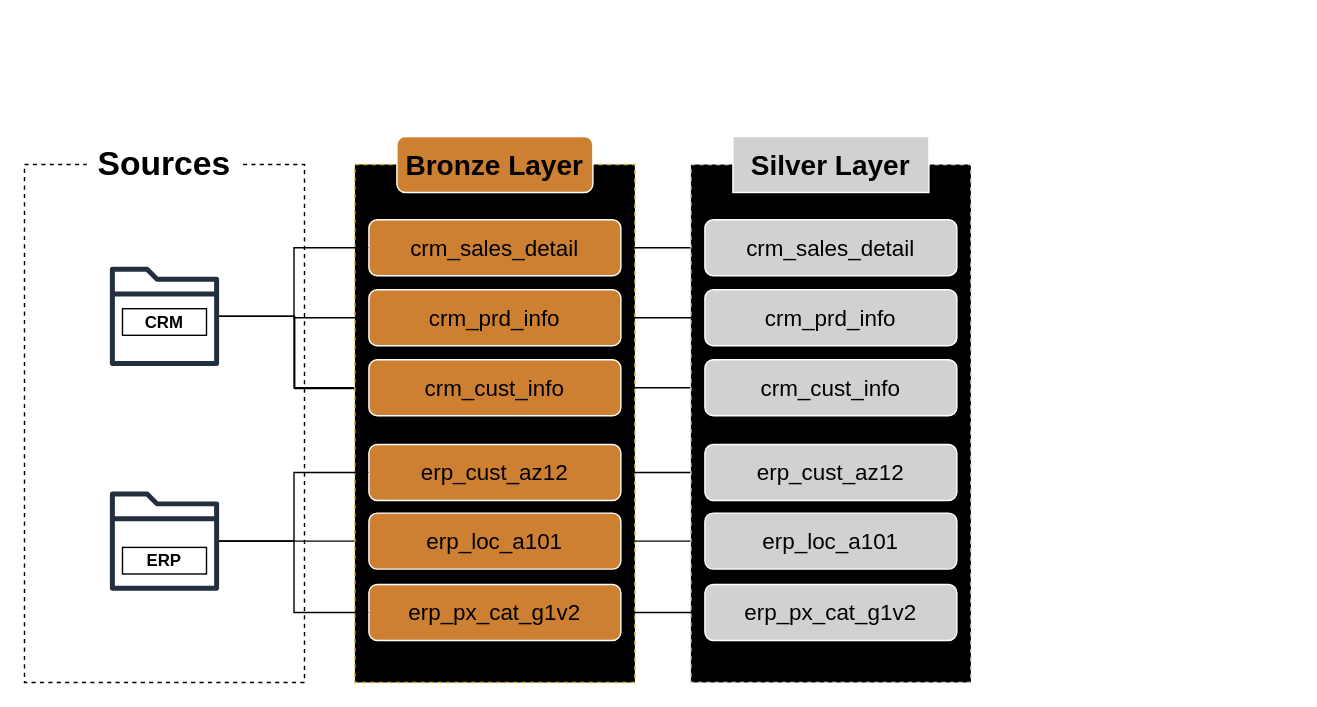
Above: documents/Data Flow.drawio in girisuryamawandi/dwh_sql_server_project (draw.io), before the change. Source tidied: cells renumbered, new cells numbered last; positions are measured from the earlier drawing's top-left corner, leaving out a move shared by most shapes. Both pictures are drawn from the tidied source at 140%, with x=0, y=0 at pixel (24, 136).
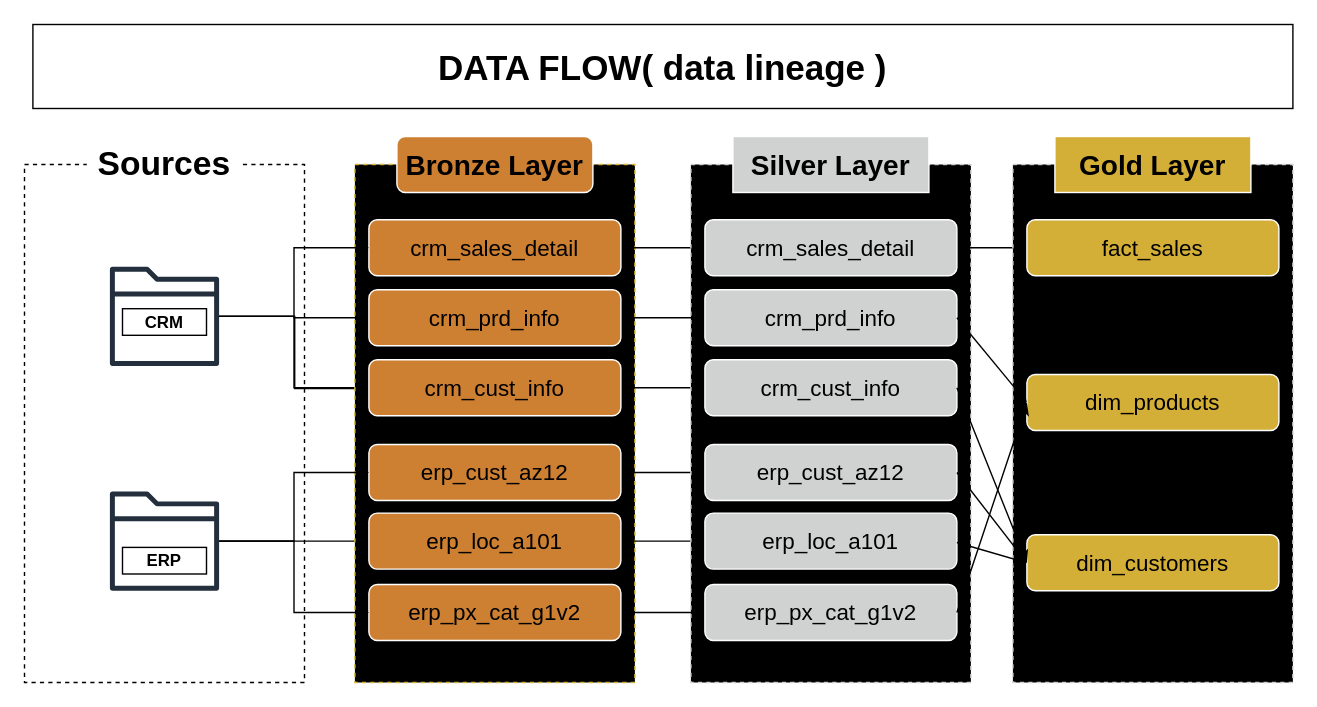
After the change.

Unchanged cells that the change refers to:
```xml
<mxCell id="31" value="crm_sales_detail" style="rounded=1;whiteSpace=wrap;html=1;fillColor=light-dark(#D0D2D2,#D0D2D2);strokeColor=light-dark(#ffffff, #ededed);fillStyle=solid;fontSize=16;fontStyle=0;" parent="1" vertex="1">
  <mxGeometry x="486" y="59.5" width="180" height="40" as="geometry" />
</mxCell>
<mxCell id="32" value="&lt;font&gt;&lt;span&gt;crm_prd_info&lt;/span&gt;&lt;/font&gt;" style="rounded=1;whiteSpace=wrap;html=1;fillColor=light-dark(#D0D2D2,#D0D2D2);strokeColor=light-dark(#ffffff, #ededed);fillStyle=solid;fontSize=16;fontStyle=0;" parent="1" vertex="1">
  <mxGeometry x="486" y="109.5" width="180" height="40" as="geometry" />
</mxCell>
<mxCell id="33" value="crm_cust_info" style="rounded=1;whiteSpace=wrap;html=1;fillColor=light-dark(#D0D2D2,#D0D2D2);strokeColor=light-dark(#ffffff, #ededed);fillStyle=solid;fontSize=16;fontStyle=0;" parent="1" vertex="1">
  <mxGeometry x="486" y="159.5" width="180" height="40" as="geometry" />
</mxCell>
<mxCell id="34" value="&lt;font&gt;&lt;span&gt;erp_cust_az12&lt;/span&gt;&lt;/font&gt;" style="rounded=1;whiteSpace=wrap;html=1;fillColor=light-dark(#D0D2D2,#D0D2D2);strokeColor=light-dark(#ffffff, #ededed);fillStyle=solid;fontSize=16;fontStyle=0;" parent="1" vertex="1">
  <mxGeometry x="486" y="220" width="180" height="40" as="geometry" />
</mxCell>
```

Diff of the diagram source:
```diff
@@
+    <mxCell id="37" style="edgeStyle=orthogonalEdgeStyle;rounded=0;jettySize=auto;html=1;" parent="1" edge="1" source="31" target="40">
+      <mxGeometry relative="1" as="geometry" />
+    </mxCell>
@@
+    <mxCell id="38" style="rounded=0;whiteSpace=wrap;html=1;fillColor=light-dark(#d4af37, #D0D2D2);dashed=1;strokeColor=light-dark(#d0d2d2, #ededed);fillStyle=hatch;gradientColor=none;" parent="1" vertex="1">
+      <mxGeometry x="706" y="20" width="200" height="370" as="geometry" />
+    </mxCell>
+    <mxCell id="39" value="&lt;font style=&quot;font-size: 20px;&quot;&gt;&lt;b&gt;Gold Layer&lt;/b&gt;&lt;/font&gt;" style="rounded=0;whiteSpace=wrap;html=1;fillColor=#D4AF37;strokeColor=light-dark(#ffffff, #ededed);fillStyle=solid;" parent="1" vertex="1">
+      <mxGeometry x="736" width="140" height="40" as="geometry" />
+    </mxCell>
+    <mxCell id="40" value="fact_sales" style="rounded=1;whiteSpace=wrap;html=1;fillColor=light-dark(#d4af37, #D0D2D2);strokeColor=light-dark(#ffffff, #ededed);fillStyle=solid;fontSize=16;fontStyle=0;" parent="1" vertex="1">
+      <mxGeometry x="716" y="59.5" width="180" height="40" as="geometry" />
+    </mxCell>
+    <mxCell id="41" value="dim_products" style="rounded=1;whiteSpace=wrap;html=1;fillColor=light-dark(#d4af37, #D0D2D2);strokeColor=light-dark(#ffffff, #ededed);fillStyle=solid;fontSize=16;fontStyle=0;" parent="1" vertex="1">
+      <mxGeometry x="716" y="170" width="180" height="40" as="geometry" />
+    </mxCell>
+    <mxCell id="42" value="dim_customers" style="rounded=1;whiteSpace=wrap;html=1;fillColor=light-dark(#d4af37, #D0D2D2);strokeColor=light-dark(#ffffff, #ededed);fillStyle=solid;fontSize=16;fontStyle=0;" parent="1" vertex="1">
+      <mxGeometry x="716" y="284.5" width="180" height="40" as="geometry" />
+    </mxCell>
+    <mxCell id="43" style="endArrow=classic;html=1;rounded=0;entryX=0;entryY=0.5;entryDx=0;entryDy=0;exitX=1;exitY=0.5;exitDx=0;exitDy=0;" parent="1" edge="1" source="32" target="41">
+      <mxGeometry relative="1" as="geometry" />
+    </mxCell>
+    <mxCell id="44" style="endArrow=classic;html=1;rounded=0;entryX=0;entryY=0.5;entryDx=0;entryDy=0;" parent="1" edge="1" target="41">
+      <mxGeometry relative="1" as="geometry">
+        <mxPoint x="666" y="340" as="sourcePoint" />
+      </mxGeometry>
+    </mxCell>
+    <mxCell id="45" style="endArrow=classic;html=1;rounded=0;entryX=0;entryY=0.5;entryDx=0;entryDy=0;" parent="1" edge="1" target="42">
+      <mxGeometry relative="1" as="geometry">
+        <mxPoint x="666" y="290" as="sourcePoint" />
+      </mxGeometry>
+    </mxCell>
+    <mxCell id="46" style="endArrow=classic;html=1;rounded=0;entryX=0;entryY=0.5;entryDx=0;entryDy=0;exitX=1;exitY=0.5;exitDx=0;exitDy=0;" parent="1" edge="1" source="34" target="42">
+      <mxGeometry relative="1" as="geometry" />
+    </mxCell>
+    <mxCell id="47" style="endArrow=classic;html=1;rounded=0;entryX=0;entryY=0.5;entryDx=0;entryDy=0;exitX=1;exitY=0.5;exitDx=0;exitDy=0;" parent="1" edge="1" source="33" target="42">
+      <mxGeometry relative="1" as="geometry" />
+    </mxCell>
+    <mxCell id="48" value="&lt;span style=&quot;font-size: 25px;&quot;&gt;&lt;b&gt;DATA FLOW( data lineage )&lt;/b&gt;&lt;/span&gt;" style="rounded=0;whiteSpace=wrap;html=1;" parent="1" vertex="1">
+      <mxGeometry x="6" y="-80" width="900" height="60" as="geometry" />
+    </mxCell>
```
